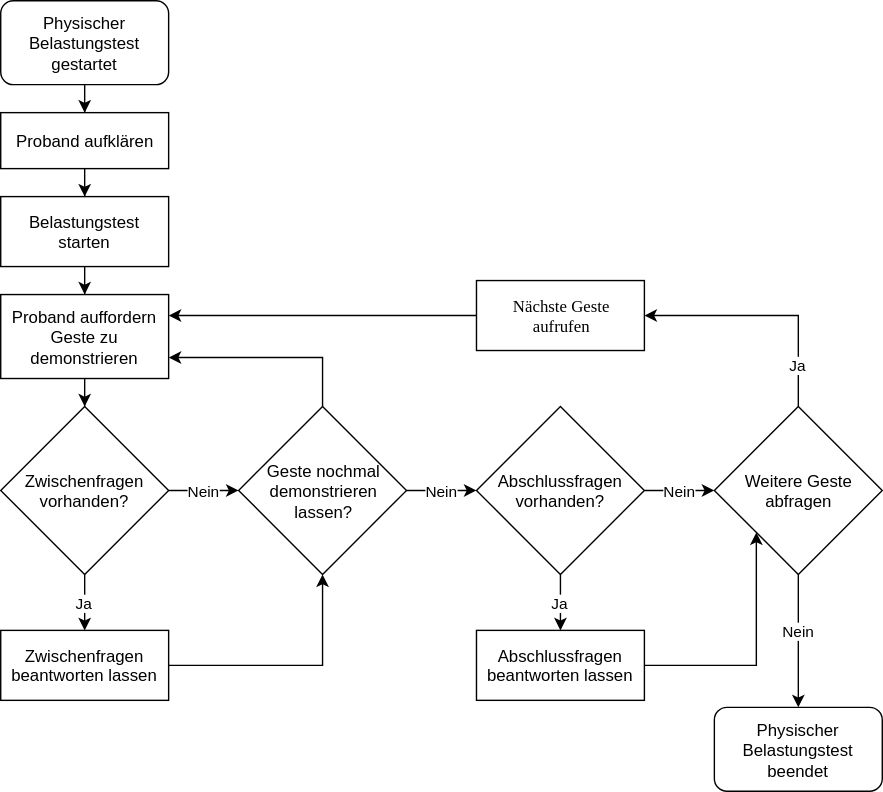
Above: img/de/introduction/study-preview/physical-stress-test.svg in danielkuenkel/gesturenote (draw.io), before the change. Source tidied: cells renumbered, new cells last; positions are measured from the earlier drawing's top-left corner, leaving out a move shared by most shapes. Source of this version:
```xml
<mxGraphModel background="#ffffff">
  <root>
    <mxCell id="0" />
    <mxCell id="1" parent="0" />
    <mxCell id="2" style="edgeStyle=orthogonalEdgeStyle;rounded=0;comic=0;html=1;entryX=0.5;entryY=0;shadow=0;jettySize=auto;" parent="1" edge="1" source="3" target="5">
      <mxGeometry relative="1" as="geometry" />
    </mxCell>
    <mxCell id="3" value="Physischer Belastungstest gestartet" style="rounded=1;whiteSpace=wrap;html=1;" parent="1" vertex="1">
      <mxGeometry width="120" height="60" as="geometry" />
    </mxCell>
    <mxCell id="4" style="edgeStyle=orthogonalEdgeStyle;rounded=0;comic=0;html=1;exitX=0.5;exitY=1;shadow=0;jettySize=auto;" parent="1" edge="1" source="5" target="7">
      <mxGeometry relative="1" as="geometry" />
    </mxCell>
    <mxCell id="5" value="Proband aufklären" style="rounded=0;whiteSpace=wrap;html=1;" parent="1" vertex="1">
      <mxGeometry y="80" width="120" height="40" as="geometry" />
    </mxCell>
    <mxCell id="6" style="edgeStyle=orthogonalEdgeStyle;rounded=0;comic=0;html=1;entryX=0.5;entryY=0;shadow=0;jettySize=auto;" parent="1" edge="1" source="7" target="9">
      <mxGeometry relative="1" as="geometry" />
    </mxCell>
    <mxCell id="7" value="Belastungstest starten" style="rounded=0;whiteSpace=wrap;html=1;" parent="1" vertex="1">
      <mxGeometry y="140" width="120" height="50" as="geometry" />
    </mxCell>
    <mxCell id="8" style="edgeStyle=orthogonalEdgeStyle;rounded=0;comic=0;html=1;entryX=0.5;entryY=0;shadow=0;jettySize=auto;" parent="1" edge="1" source="9" target="12">
      <mxGeometry relative="1" as="geometry" />
    </mxCell>
    <mxCell id="9" value="Proband auffordern Geste zu demonstrieren" style="rounded=0;whiteSpace=wrap;html=1;" parent="1" vertex="1">
      <mxGeometry y="210" width="120" height="60" as="geometry" />
    </mxCell>
    <mxCell id="10" value="Ja" style="edgeStyle=orthogonalEdgeStyle;rounded=0;comic=0;html=1;entryX=0.5;entryY=0;shadow=0;jettySize=auto;" parent="1" edge="1" source="12" target="14">
      <mxGeometry relative="1" as="geometry" />
    </mxCell>
    <mxCell id="11" value="Nein" style="edgeStyle=orthogonalEdgeStyle;rounded=0;comic=0;html=1;entryX=0;entryY=0.5;shadow=0;jettySize=auto;" parent="1" edge="1" source="12" target="17">
      <mxGeometry relative="1" as="geometry" />
    </mxCell>
    <mxCell id="12" value="Zwischenfragen vorhanden?" style="rhombus;whiteSpace=wrap;html=1;" parent="1" vertex="1">
      <mxGeometry y="290" width="120" height="120" as="geometry" />
    </mxCell>
    <mxCell id="13" style="edgeStyle=orthogonalEdgeStyle;rounded=0;comic=0;html=1;entryX=0.5;entryY=1;shadow=0;jettySize=auto;" parent="1" edge="1" source="14" target="17">
      <mxGeometry relative="1" as="geometry" />
    </mxCell>
    <mxCell id="14" value="Zwischenfragen beantworten lassen" style="rounded=0;whiteSpace=wrap;html=1;" parent="1" vertex="1">
      <mxGeometry y="450" width="120" height="50" as="geometry" />
    </mxCell>
    <mxCell id="15" value="Nein" style="edgeStyle=orthogonalEdgeStyle;rounded=0;comic=0;html=1;entryX=0;entryY=0.5;shadow=0;jettySize=auto;" parent="1" edge="1" source="17" target="25">
      <mxGeometry relative="1" as="geometry" />
    </mxCell>
    <mxCell id="16" style="edgeStyle=orthogonalEdgeStyle;rounded=0;comic=0;html=1;exitX=0.5;exitY=0;entryX=1;entryY=0.75;shadow=0;jettySize=auto;" parent="1" edge="1" source="17" target="9">
      <mxGeometry relative="1" as="geometry" />
    </mxCell>
    <mxCell id="17" value="Geste nochmal&lt;div&gt;demonstrieren&lt;/div&gt;&lt;div&gt;lassen?&lt;/div&gt;" style="rhombus;whiteSpace=wrap;html=1;" parent="1" vertex="1">
      <mxGeometry x="170" y="290" width="120" height="120" as="geometry" />
    </mxCell>
    <mxCell id="18" value="Ja" style="edgeStyle=orthogonalEdgeStyle;rounded=0;comic=0;html=1;exitX=0.5;exitY=0;entryX=1;entryY=0.5;shadow=0;jettySize=auto;" parent="1" edge="1" source="20" target="28">
      <mxGeometry x="-0.66" relative="1" as="geometry">
        <Array as="points">
          <mxPoint x="570" y="225" />
        </Array>
      </mxGeometry>
    </mxCell>
    <mxCell id="19" value="Nein" style="edgeStyle=orthogonalEdgeStyle;rounded=0;comic=0;html=1;entryX=0.5;entryY=0;shadow=0;jettySize=auto;" parent="1" edge="1" source="20" target="26">
      <mxGeometry x="-0.16" relative="1" as="geometry" />
    </mxCell>
    <mxCell id="20" value="Weitere Geste&lt;div&gt;abfragen&lt;/div&gt;" style="rhombus;whiteSpace=wrap;html=1;" parent="1" vertex="1">
      <mxGeometry x="510" y="290" width="120" height="120" as="geometry" />
    </mxCell>
    <mxCell id="21" style="edgeStyle=orthogonalEdgeStyle;rounded=0;comic=0;html=1;entryX=0;entryY=1;shadow=0;jettySize=auto;" parent="1" edge="1" source="22" target="20">
      <mxGeometry relative="1" as="geometry" />
    </mxCell>
    <mxCell id="22" value="Abschlussfragen beantworten lassen" style="rounded=0;whiteSpace=wrap;html=1;" parent="1" vertex="1">
      <mxGeometry x="340" y="450" width="120" height="50" as="geometry" />
    </mxCell>
    <mxCell id="23" value="Ja" style="edgeStyle=orthogonalEdgeStyle;rounded=0;comic=0;html=1;entryX=0.5;entryY=0;shadow=0;jettySize=auto;" parent="1" edge="1" source="25" target="22">
      <mxGeometry relative="1" as="geometry" />
    </mxCell>
    <mxCell id="24" value="Nein" style="edgeStyle=orthogonalEdgeStyle;rounded=0;comic=0;html=1;entryX=0;entryY=0.5;shadow=0;jettySize=auto;" parent="1" edge="1" source="25" target="20">
      <mxGeometry relative="1" as="geometry" />
    </mxCell>
    <mxCell id="25" value="Abschlussfragen vorhanden?" style="rhombus;whiteSpace=wrap;html=1;" parent="1" vertex="1">
      <mxGeometry x="340" y="290" width="120" height="120" as="geometry" />
    </mxCell>
    <mxCell id="26" value="Physischer Belastungstest beendet" style="rounded=1;whiteSpace=wrap;html=1;" parent="1" vertex="1">
      <mxGeometry x="510" y="505" width="120" height="60" as="geometry" />
    </mxCell>
    <mxCell id="27" style="edgeStyle=orthogonalEdgeStyle;rounded=0;comic=0;html=1;exitX=0;exitY=0.5;entryX=1;entryY=0.25;shadow=0;jettySize=auto;" parent="1" edge="1" source="28" target="9">
      <mxGeometry relative="1" as="geometry" />
    </mxCell>
    <mxCell id="28" value="Nächste Geste&lt;div&gt;aufrufen&lt;/div&gt;" style="rounded=1;whiteSpace=wrap;html=1;shadow=0;labelBackgroundColor=none;strokeColor=#000000;strokeWidth=1;fillColor=#ffffff;fontFamily=Verdana;fontSize=12;fontColor=#000000;align=center;arcSize=0;" parent="1" vertex="1">
      <mxGeometry x="340" y="200" width="120" height="50" as="geometry" />
    </mxCell>
  </root>
</mxGraphModel>
```
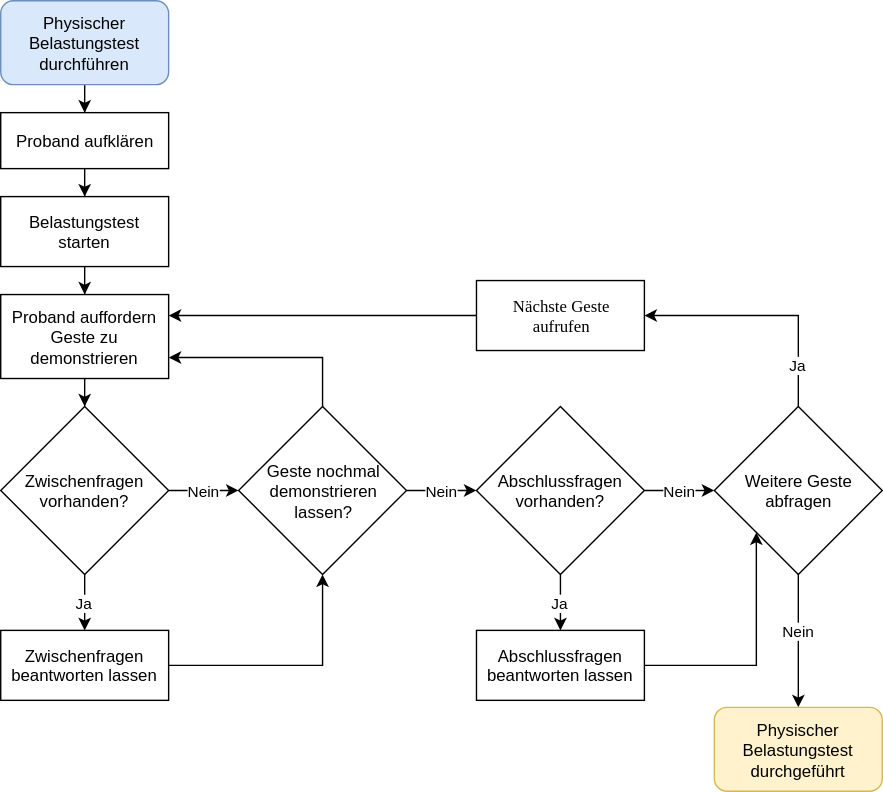
Above is the later version.

What changed in the source:
```diff
@@ -5,7 +5,7 @@
     <mxCell id="2" style="edgeStyle=orthogonalEdgeStyle;rounded=0;comic=0;html=1;entryX=0.5;entryY=0;shadow=0;jettySize=auto;" parent="1" edge="1" source="3" target="5">
       <mxGeometry relative="1" as="geometry" />
     </mxCell>
-    <mxCell id="3" value="Physischer Belastungstest gestartet" style="rounded=1;whiteSpace=wrap;html=1;" parent="1" vertex="1">
+    <mxCell id="3" value="Physischer Belastungstest durchführen" style="rounded=1;whiteSpace=wrap;html=1;fillColor=#dae8fc;strokeColor=#6c8ebf;" parent="1" vertex="1">
       <mxGeometry width="120" height="60" as="geometry" />
     </mxCell>
     <mxCell id="4" style="edgeStyle=orthogonalEdgeStyle;rounded=0;comic=0;html=1;exitX=0.5;exitY=1;shadow=0;jettySize=auto;" parent="1" edge="1" source="5" target="7">
@@ -78,7 +78,7 @@
     <mxCell id="25" value="Abschlussfragen vorhanden?" style="rhombus;whiteSpace=wrap;html=1;" parent="1" vertex="1">
       <mxGeometry x="340" y="290" width="120" height="120" as="geometry" />
     </mxCell>
-    <mxCell id="26" value="Physischer Belastungstest beendet" style="rounded=1;whiteSpace=wrap;html=1;" parent="1" vertex="1">
+    <mxCell id="26" value="Physischer Belastungstest durchgeführt" style="rounded=1;whiteSpace=wrap;html=1;fillColor=#fff2cc;strokeColor=#d6b656;" parent="1" vertex="1">
       <mxGeometry x="510" y="505" width="120" height="60" as="geometry" />
     </mxCell>
     <mxCell id="27" style="edgeStyle=orthogonalEdgeStyle;rounded=0;comic=0;html=1;exitX=0;exitY=0.5;entryX=1;entryY=0.25;shadow=0;jettySize=auto;" parent="1" edge="1" source="28" target="9">
```
